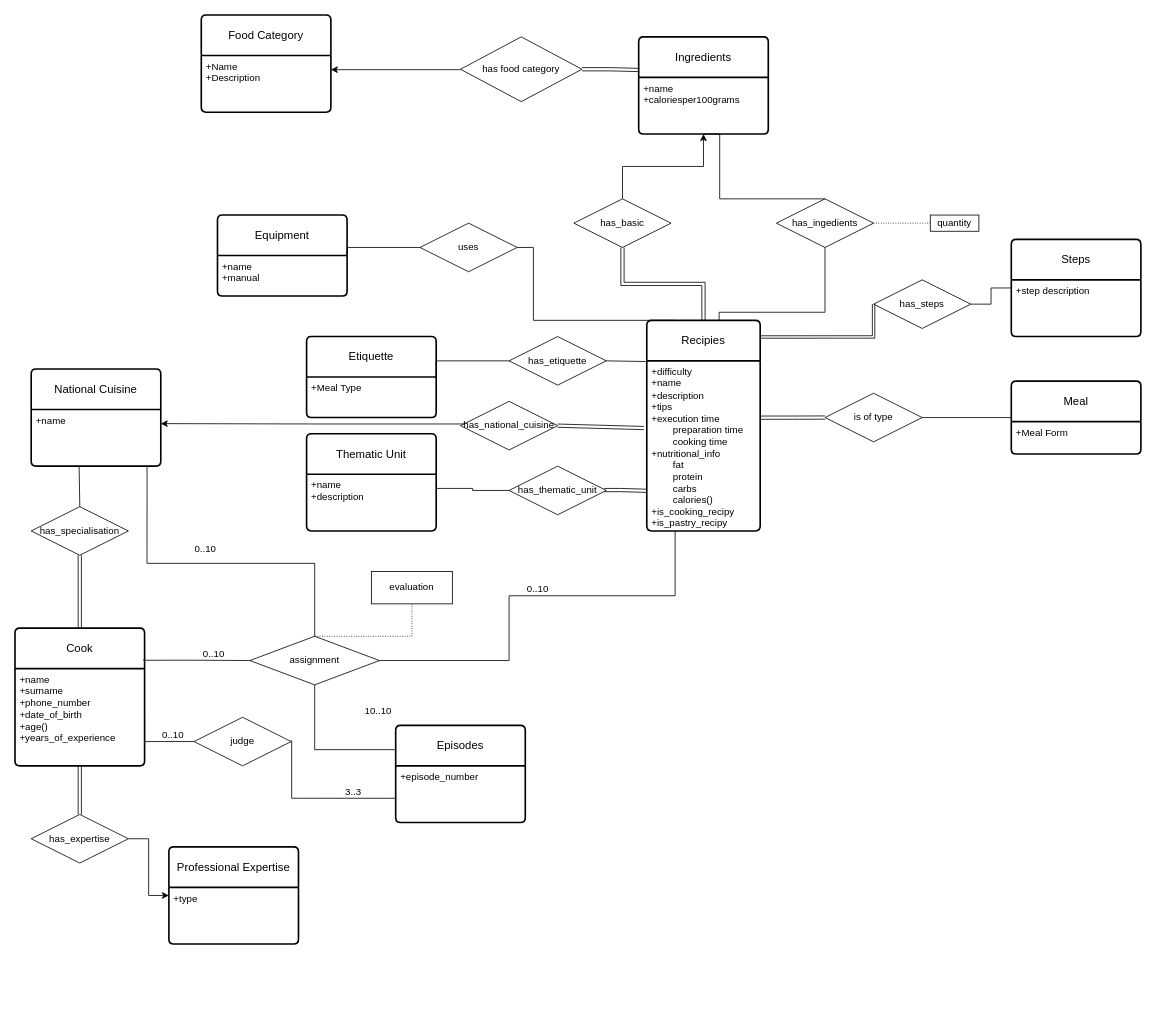
The draw.io diagram ER_Diagram.drawio in konstantinosk31/Databases-I-NTUA, before the edit. Source tidied: cells renumbered, new cells numbered last; positions are measured from the earlier drawing's top-left corner, leaving out a move shared by most shapes. Both pictures are drawn from the tidied source at 81%, with x=0, y=0 at pixel (15, 15).
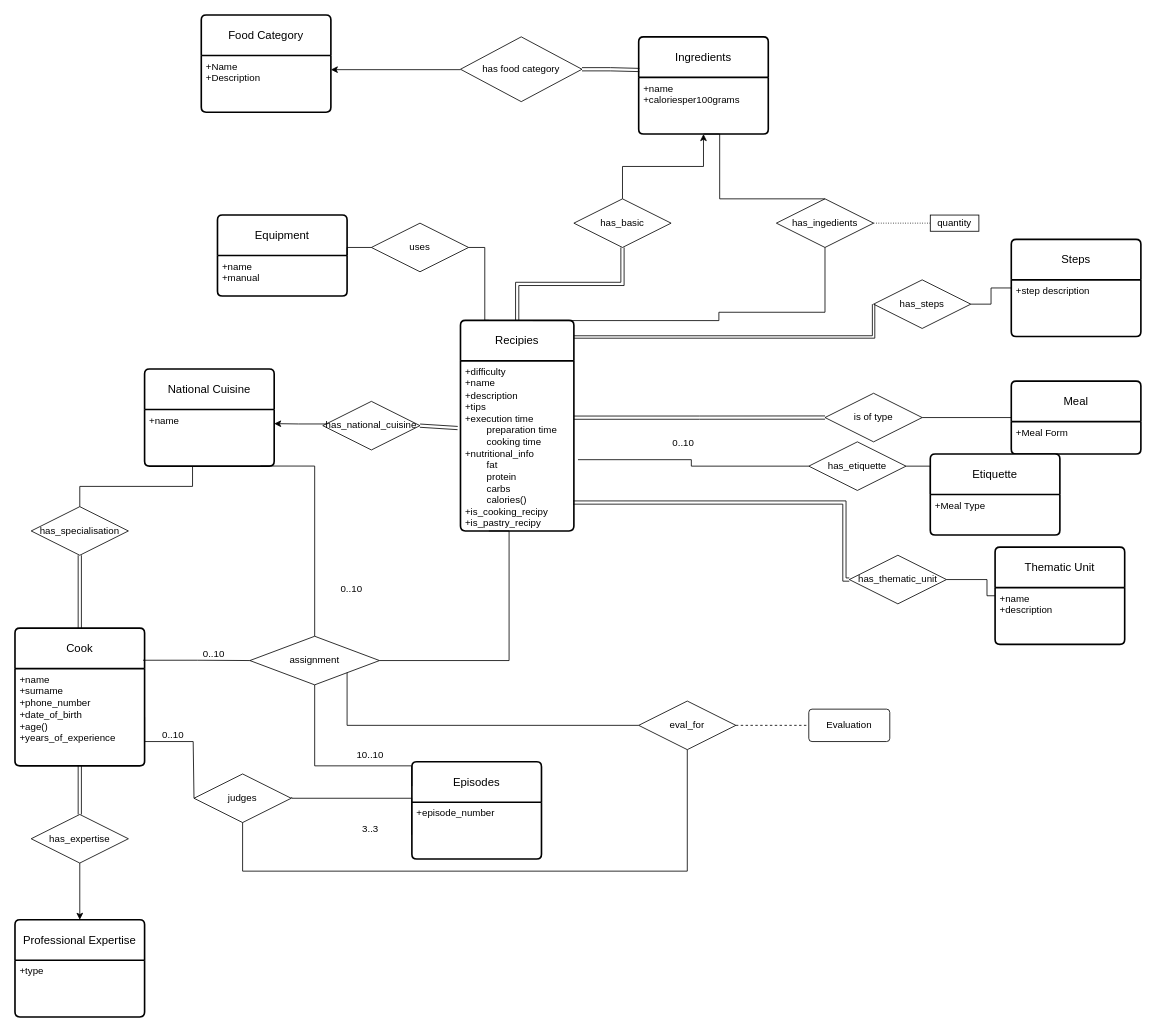
The same page after the edit.

Commit message:
Finished ER diagram. Eval_for should be connected to the assignment and judges relationships via aggregations

Unchanged cells that the change refers to:
```xml
<mxCell id="3" value="&lt;div&gt;+difficulty&lt;/div&gt;&lt;div&gt;+name&lt;/div&gt;&lt;div&gt;+description&lt;/div&gt;&lt;div&gt;+tips&lt;/div&gt;&lt;div&gt;+execution time&lt;/div&gt;&lt;div&gt;&lt;span style=&quot;white-space: pre;&quot;&gt;&#9;&lt;/span&gt;preparation time&lt;br&gt;&lt;/div&gt;&lt;div&gt;&lt;span style=&quot;white-space: pre;&quot;&gt;&#9;&lt;/span&gt;cooking time&lt;br&gt;&lt;/div&gt;&lt;div&gt;+nutritional_info&lt;/div&gt;&lt;div&gt;&lt;span style=&quot;white-space: pre;&quot;&gt;&#9;&lt;/span&gt;fat&lt;br&gt;&lt;/div&gt;&lt;div&gt;&lt;span style=&quot;white-space: pre;&quot;&gt;&lt;span style=&quot;white-space: pre;&quot;&gt;&#9;&lt;/span&gt;protein&#9;&lt;/span&gt;&lt;/div&gt;&lt;div&gt;&lt;span style=&quot;white-space: pre;&quot;&gt;&#9;&lt;/span&gt;carbs&lt;br&gt;&lt;/div&gt;&lt;div&gt;&lt;span style=&quot;white-space: pre;&quot;&gt;&#9;&lt;/span&gt;calories()&lt;br&gt;&lt;/div&gt;&lt;div&gt;+is_cooking_recipy&lt;/div&gt;&lt;div&gt;+is_pastry_recipy&lt;span style=&quot;white-space: pre;&quot;&gt;&#9;&lt;/span&gt;&lt;br&gt;&lt;/div&gt;" style="align=left;strokeColor=none;fillColor=none;spacingLeft=4;fontSize=12;verticalAlign=top;html=1;" parent="2" vertex="1">
  <mxGeometry y="50" width="140" height="210" as="geometry" />
</mxCell>
<mxCell id="48" value="+name" style="align=left;strokeColor=none;fillColor=none;spacingLeft=4;fontSize=12;verticalAlign=top;html=1;" parent="47" vertex="1">
  <mxGeometry y="50" width="160" height="70" as="geometry" />
</mxCell>
<mxCell id="52" value="has_specialisation" style="shape=rhombus;perimeter=rhombusPerimeter;whiteSpace=wrap;html=1;align=center;" parent="1" vertex="1">
  <mxGeometry x="20" y="607" width="120" height="60" as="geometry" />
</mxCell>
<mxCell id="58" value="has_expertise" style="shape=rhombus;perimeter=rhombusPerimeter;whiteSpace=wrap;html=1;align=center;" parent="1" vertex="1">
  <mxGeometry x="20" y="987" width="120" height="60" as="geometry" />
</mxCell>
<mxCell id="67" value="assignment" style="shape=rhombus;perimeter=rhombusPerimeter;whiteSpace=wrap;html=1;align=center;" parent="1" vertex="1">
  <mxGeometry x="290" y="767" width="160" height="60" as="geometry" />
</mxCell>
```

The edit, as a diff of the source:
```diff
@@
     <mxCell id="2" value="Recipies" style="swimlane;horizontal=1;startSize=50;rounded=1;fontSize=14;fontStyle=0;strokeWidth=2;shadow=0;dashed=0;align=center;arcSize=4;whiteSpace=wrap;html=1;" parent="1" vertex="1">
-      <mxGeometry x="780" y="377" width="140" height="260" as="geometry" />
+      <mxGeometry x="550" y="377" width="140" height="260" as="geometry" />
     </mxCell>
@@
-    <mxCell id="7" value="Etiquette" style="swimlane;horizontal=1;startSize=50;rounded=1;fontSize=14;fontStyle=0;strokeWidth=2;shadow=0;dashed=0;align=center;arcSize=4;whiteSpace=wrap;html=1;" parent="1" vertex="1">
-      <mxGeometry x="360" y="397" width="160" height="100" as="geometry" />
-    </mxCell>
-    <mxCell id="8" value="+Meal Type" style="align=left;strokeColor=none;fillColor=none;spacingLeft=4;fontSize=12;verticalAlign=top;html=1;" parent="7" vertex="1">
-      <mxGeometry y="50" width="160" height="50" as="geometry" />
-    </mxCell>
-    <mxCell id="9" value="has_etiquette" style="shape=rhombus;perimeter=rhombusPerimeter;whiteSpace=wrap;html=1;align=center;" parent="1" vertex="1">
-      <mxGeometry x="610" y="397" width="120" height="60" as="geometry" />
-    </mxCell>
-    <mxCell id="10" style="endArrow=none;html=1;rounded=0;entryX=-0.009;entryY=0.004;entryDx=0;entryDy=0;entryPerimeter=0;exitX=1;exitY=0.5;exitDx=0;exitDy=0;" parent="1" edge="1" source="9" target="3">
-      <mxGeometry relative="1" as="geometry" />
-    </mxCell>
-    <mxCell id="11" style="endArrow=none;html=1;rounded=0;exitX=1;exitY=0;exitDx=0;exitDy=0;entryX=0;entryY=0.5;entryDx=0;entryDy=0;edgeStyle=orthogonalEdgeStyle;" parent="1" edge="1" source="8" target="9">
-      <mxGeometry relative="1" as="geometry" />
-    </mxCell>
@@
     <mxCell id="14" value="uses" style="shape=rhombus;perimeter=rhombusPerimeter;whiteSpace=wrap;html=1;align=center;" parent="1" vertex="1">
-      <mxGeometry x="500" y="257" width="120" height="60" as="geometry" />
+      <mxGeometry x="440" y="257" width="120" height="60" as="geometry" />
     </mxCell>
@@
     <mxCell id="16" style="endArrow=none;html=1;rounded=0;exitX=1;exitY=0.5;exitDx=0;exitDy=0;entryX=0.25;entryY=0;entryDx=0;entryDy=0;edgeStyle=orthogonalEdgeStyle;" parent="1" edge="1" source="14" target="2">
       <mxGeometry relative="1" as="geometry">
         <Array as="points">
-          <mxPoint x="640" y="287" />
-          <mxPoint x="640" y="377" />
+          <mxPoint x="580" y="287" />
+          <mxPoint x="580" y="377" />
         </Array>
       </mxGeometry>
     </mxCell>
@@
-    <mxCell id="40" value="Thematic Unit" style="swimlane;horizontal=1;startSize=50;rounded=1;fontSize=14;fontStyle=0;strokeWidth=2;shadow=0;dashed=0;align=center;arcSize=4;whiteSpace=wrap;html=1;" parent="1" vertex="1">
-      <mxGeometry x="360" y="517" width="160" height="120" as="geometry" />
-    </mxCell>
-    <mxCell id="41" value="+name&lt;div&gt;+description&lt;/div&gt;" style="align=left;strokeColor=none;fillColor=none;spacingLeft=4;fontSize=12;verticalAlign=top;html=1;" parent="40" vertex="1">
-      <mxGeometry y="50" width="160" height="70" as="geometry" />
-    </mxCell>
-    <mxCell id="42" value="has_thematic_unit" style="shape=rhombus;perimeter=rhombusPerimeter;whiteSpace=wrap;html=1;align=center;" parent="1" vertex="1">
-      <mxGeometry x="610" y="557" width="120" height="60" as="geometry" />
-    </mxCell>
-    <mxCell id="43" style="endArrow=none;html=1;rounded=0;entryX=0;entryY=0.5;entryDx=0;entryDy=0;exitX=1;exitY=0.25;exitDx=0;exitDy=0;edgeStyle=orthogonalEdgeStyle;" parent="1" edge="1" source="41" target="42">
-      <mxGeometry relative="1" as="geometry">
-        <Array as="points">
-          <mxPoint x="565" y="584" />
-          <mxPoint x="565" y="587" />
-        </Array>
-      </mxGeometry>
-    </mxCell>
-    <mxCell id="44" style="endArrow=none;html=1;rounded=0;exitX=0.979;exitY=0.492;exitDx=0;exitDy=0;exitPerimeter=0;entryX=-0.004;entryY=0.764;entryDx=0;entryDy=0;entryPerimeter=0;shape=link;edgeStyle=orthogonalEdgeStyle;" parent="1" edge="1" source="42" target="3">
-      <mxGeometry relative="1" as="geometry">
-        <Array as="points">
-          <mxPoint x="748" y="587" />
-        </Array>
-      </mxGeometry>
-    </mxCell>
@@
     <mxCell id="47" value="National Cuisine" style="swimlane;horizontal=1;startSize=50;rounded=1;fontSize=14;fontStyle=0;strokeWidth=2;shadow=0;dashed=0;align=center;arcSize=4;whiteSpace=wrap;html=1;" parent="1" vertex="1">
-      <mxGeometry x="20" y="437" width="160" height="120" as="geometry" />
+      <mxGeometry x="160" y="437" width="160" height="120" as="geometry" />
     </mxCell>
@@
     <mxCell id="50" value="has_national_cuisine" style="shape=rhombus;perimeter=rhombusPerimeter;whiteSpace=wrap;html=1;align=center;" parent="1" vertex="1">
-      <mxGeometry x="550" y="477" width="120" height="60" as="geometry" />
+      <mxGeometry x="380" y="477" width="120" height="60" as="geometry" />
     </mxCell>
@@
-    <mxCell id="54" style="endArrow=none;html=1;rounded=0;exitX=0.5;exitY=0;exitDx=0;exitDy=0;entryX=0.37;entryY=1.002;entryDx=0;entryDy=0;entryPerimeter=0;" parent="1" edge="1" source="52" target="48">
+    <mxCell id="54" style="endArrow=none;html=1;rounded=0;exitX=0.5;exitY=0;exitDx=0;exitDy=0;entryX=0.37;entryY=1.002;entryDx=0;entryDy=0;entryPerimeter=0;edgeStyle=orthogonalEdgeStyle;" parent="1" edge="1" source="52" target="48">
       <mxGeometry relative="1" as="geometry" />
     </mxCell>
     <mxCell id="55" value="Professional Expertise" style="swimlane;horizontal=1;startSize=50;rounded=1;fontSize=14;fontStyle=0;strokeWidth=2;shadow=0;dashed=0;align=center;arcSize=4;whiteSpace=wrap;html=1;" parent="1" vertex="1">
-      <mxGeometry x="190" y="1027" width="160" height="120" as="geometry" />
+      <mxGeometry y="1117" width="160" height="120" as="geometry" />
     </mxCell>
@@
-    <mxCell id="57" style="edgeStyle=orthogonalEdgeStyle;rounded=0;jettySize=auto;html=1;exitX=1;exitY=0.5;exitDx=0;exitDy=0;entryX=0;entryY=0.5;entryDx=0;entryDy=0;" parent="1" edge="1" source="58" target="55">
-      <mxGeometry relative="1" as="geometry" />
+    <mxCell id="57" style="edgeStyle=orthogonalEdgeStyle;rounded=0;jettySize=auto;html=1;exitX=0.5;exitY=1;exitDx=0;exitDy=0;entryX=0.5;entryY=0;entryDx=0;entryDy=0;" parent="1" edge="1" source="58" target="55">
+      <mxGeometry relative="1" as="geometry">
+        <Array as="points">
+          <mxPoint x="80" y="1117" />
+          <mxPoint x="80" y="1117" />
+        </Array>
+      </mxGeometry>
     </mxCell>
@@
     <mxCell id="60" value="Episodes" style="swimlane;horizontal=1;startSize=50;rounded=1;fontSize=14;fontStyle=0;strokeWidth=2;shadow=0;dashed=0;align=center;arcSize=4;whiteSpace=wrap;html=1;" parent="1" vertex="1">
-      <mxGeometry x="470" y="877" width="160" height="120" as="geometry" />
+      <mxGeometry x="490" y="922" width="160" height="120" as="geometry" />
     </mxCell>
@@
-    <mxCell id="62" value="judge" style="shape=rhombus;perimeter=rhombusPerimeter;whiteSpace=wrap;html=1;align=center;" parent="1" vertex="1">
-      <mxGeometry x="221" y="867" width="120" height="60" as="geometry" />
+    <mxCell id="62" value="judges" style="shape=rhombus;perimeter=rhombusPerimeter;whiteSpace=wrap;html=1;align=center;" parent="1" vertex="1">
+      <mxGeometry x="221" y="937" width="120" height="60" as="geometry" />
     </mxCell>
@@
     <mxCell id="68" style="html=1;rounded=0;exitX=0.5;exitY=1;exitDx=0;exitDy=0;entryX=0;entryY=0.25;entryDx=0;entryDy=0;edgeStyle=orthogonalEdgeStyle;endArrow=none;endFill=0;" parent="1" edge="1" source="67" target="60">
       <mxGeometry relative="1" as="geometry">
         <Array as="points">
-          <mxPoint x="370" y="907" />
+          <mxPoint x="370" y="927" />
+          <mxPoint x="490" y="927" />
         </Array>
       </mxGeometry>
     </mxCell>
     <mxCell id="69" value="10..10" style="html=1;whiteSpace=wrap;align=left;verticalAlign=bottom;" parent="68" vertex="1">
       <mxGeometry x="-1" relative="1" as="geometry">
-        <mxPoint x="60" y="40" as="offset" />
+        <mxPoint x="50" y="95" as="offset" />
       </mxGeometry>
     </mxCell>
@@
     <mxCell id="72" style="endArrow=none;html=1;rounded=0;entryX=0.5;entryY=0;entryDx=0;entryDy=0;edgeStyle=orthogonalEdgeStyle;exitX=0.894;exitY=0.998;exitDx=0;exitDy=0;exitPerimeter=0;" parent="1" edge="1" source="48" target="67">
       <mxGeometry relative="1" as="geometry">
         <Array as="points">
-          <mxPoint x="164" y="677" />
-          <mxPoint x="320" y="677" />
+          <mxPoint x="370" y="557" />
         </Array>
       </mxGeometry>
     </mxCell>
     <mxCell id="73" value="0..10" style="html=1;whiteSpace=wrap;align=left;verticalAlign=bottom;" parent="72" vertex="1">
       <mxGeometry x="-1" relative="1" as="geometry">
-        <mxPoint x="57" y="110" as="offset" />
+        <mxPoint x="507" y="-20" as="offset" />
       </mxGeometry>
     </mxCell>
     <mxCell id="74" style="endArrow=none;html=1;rounded=0;edgeStyle=orthogonalEdgeStyle;entryX=0.25;entryY=1;entryDx=0;entryDy=0;exitX=1;exitY=0.5;exitDx=0;exitDy=0;" parent="1" edge="1" source="67" target="3">
       <mxGeometry relative="1" as="geometry">
         <Array as="points">
           <mxPoint x="610" y="797" />
-          <mxPoint x="610" y="717" />
-          <mxPoint x="815" y="717" />
+          <mxPoint x="610" y="637" />
         </Array>
       </mxGeometry>
     </mxCell>
@@
-    <mxCell id="76" value="evaluation" style="whiteSpace=wrap;html=1;align=center;" parent="1" vertex="1">
-      <mxGeometry x="440" y="687" width="100" height="40" as="geometry" />
-    </mxCell>
-    <mxCell id="77" style="endArrow=none;html=1;rounded=0;dashed=1;dashPattern=1 2;exitX=0.5;exitY=0;exitDx=0;exitDy=0;entryX=0.5;entryY=1;entryDx=0;entryDy=0;edgeStyle=orthogonalEdgeStyle;" parent="1" edge="1" source="67" target="76">
-      <mxGeometry relative="1" as="geometry">
-        <Array as="points">
-          <mxPoint x="490" y="767" />
-        </Array>
-      </mxGeometry>
-    </mxCell>
+    <mxCell id="7" value="Etiquette" style="swimlane;horizontal=1;startSize=50;rounded=1;fontSize=14;fontStyle=0;strokeWidth=2;shadow=0;dashed=0;align=center;arcSize=4;whiteSpace=wrap;html=1;" parent="1" vertex="1">
+      <mxGeometry x="1130" y="542" width="160" height="100" as="geometry" />
+    </mxCell>
+    <mxCell id="8" value="+Meal Type" style="align=left;strokeColor=none;fillColor=none;spacingLeft=4;fontSize=12;verticalAlign=top;html=1;" parent="7" vertex="1">
+      <mxGeometry y="50" width="160" height="50" as="geometry" />
+    </mxCell>
+    <mxCell id="9" value="has_etiquette" style="shape=rhombus;perimeter=rhombusPerimeter;whiteSpace=wrap;html=1;align=center;" parent="1" vertex="1">
+      <mxGeometry x="980" y="527" width="120" height="60" as="geometry" />
+    </mxCell>
+    <mxCell id="11" style="endArrow=none;html=1;rounded=0;exitX=0;exitY=0;exitDx=0;exitDy=0;entryX=1;entryY=0.5;entryDx=0;entryDy=0;edgeStyle=orthogonalEdgeStyle;" parent="1" edge="1" source="8" target="9">
+      <mxGeometry relative="1" as="geometry" />
+    </mxCell>
+    <mxCell id="78" style="endArrow=none;html=1;rounded=0;entryX=0;entryY=0.5;entryDx=0;entryDy=0;exitX=1.036;exitY=0.581;exitDx=0;exitDy=0;exitPerimeter=0;edgeStyle=orthogonalEdgeStyle;" parent="1" edge="1" source="3" target="9">
+      <mxGeometry relative="1" as="geometry" />
+    </mxCell>
+    <mxCell id="40" value="Thematic Unit" style="swimlane;horizontal=1;startSize=50;rounded=1;fontSize=14;fontStyle=0;strokeWidth=2;shadow=0;dashed=0;align=center;arcSize=4;whiteSpace=wrap;html=1;" parent="1" vertex="1">
+      <mxGeometry x="1210" y="657" width="160" height="120" as="geometry" />
+    </mxCell>
+    <mxCell id="41" value="+name&lt;div&gt;+description&lt;/div&gt;" style="align=left;strokeColor=none;fillColor=none;spacingLeft=4;fontSize=12;verticalAlign=top;html=1;" parent="40" vertex="1">
+      <mxGeometry y="50" width="160" height="70" as="geometry" />
+    </mxCell>
+    <mxCell id="42" value="has_thematic_unit" style="shape=rhombus;perimeter=rhombusPerimeter;whiteSpace=wrap;html=1;align=center;" parent="1" vertex="1">
+      <mxGeometry x="1030" y="667" width="120" height="60" as="geometry" />
+    </mxCell>
+    <mxCell id="79" style="endArrow=none;html=1;rounded=0;entryX=1;entryY=0.5;entryDx=0;entryDy=0;exitX=0;exitY=0.5;exitDx=0;exitDy=0;edgeStyle=orthogonalEdgeStyle;" parent="1" edge="1" source="40" target="42">
+      <mxGeometry relative="1" as="geometry">
+        <Array as="points">
+          <mxPoint x="1200" y="697" />
+        </Array>
+      </mxGeometry>
+    </mxCell>
+    <mxCell id="44" style="endArrow=none;html=1;rounded=0;entryX=0.993;entryY=0.833;entryDx=0;entryDy=0;entryPerimeter=0;shape=link;edgeStyle=orthogonalEdgeStyle;exitX=0;exitY=0.5;exitDx=0;exitDy=0;" parent="1" edge="1" source="42" target="3">
+      <mxGeometry relative="1" as="geometry">
+        <Array as="points">
+          <mxPoint x="1024" y="602" />
+        </Array>
+      </mxGeometry>
+    </mxCell>
+    <mxCell id="80" style="edgeStyle=orthogonalEdgeStyle;rounded=0;jettySize=auto;html=1;exitX=0;exitY=0.5;exitDx=0;exitDy=0;entryX=1;entryY=1;entryDx=0;entryDy=0;endArrow=none;endFill=0;" parent="1" edge="1" source="83" target="67">
+      <mxGeometry relative="1" as="geometry" />
+    </mxCell>
+    <mxCell id="81" style="edgeStyle=orthogonalEdgeStyle;rounded=0;jettySize=auto;html=1;exitX=0.5;exitY=1;exitDx=0;exitDy=0;entryX=0.5;entryY=1;entryDx=0;entryDy=0;endArrow=none;endFill=0;" parent="1" edge="1" source="83" target="62">
+      <mxGeometry relative="1" as="geometry">
+        <Array as="points">
+          <mxPoint x="830" y="1057" />
+          <mxPoint x="281" y="1057" />
+        </Array>
+      </mxGeometry>
+    </mxCell>
+    <mxCell id="82" style="edgeStyle=orthogonalEdgeStyle;rounded=0;jettySize=auto;html=1;exitX=1;exitY=0.5;exitDx=0;exitDy=0;endArrow=none;endFill=0;dashed=1;" parent="1" edge="1" source="83" target="84">
+      <mxGeometry relative="1" as="geometry" />
+    </mxCell>
+    <mxCell id="83" value="&lt;div&gt;eval_for&lt;/div&gt;" style="shape=rhombus;perimeter=rhombusPerimeter;whiteSpace=wrap;html=1;align=center;" parent="1" vertex="1">
+      <mxGeometry x="770" y="847" width="120" height="60" as="geometry" />
+    </mxCell>
+    <mxCell id="84" value="Evaluation" style="rounded=1;arcSize=10;whiteSpace=wrap;html=1;align=center;" parent="1" vertex="1">
+      <mxGeometry x="980" y="857" width="100" height="40" as="geometry" />
+    </mxCell>
```
